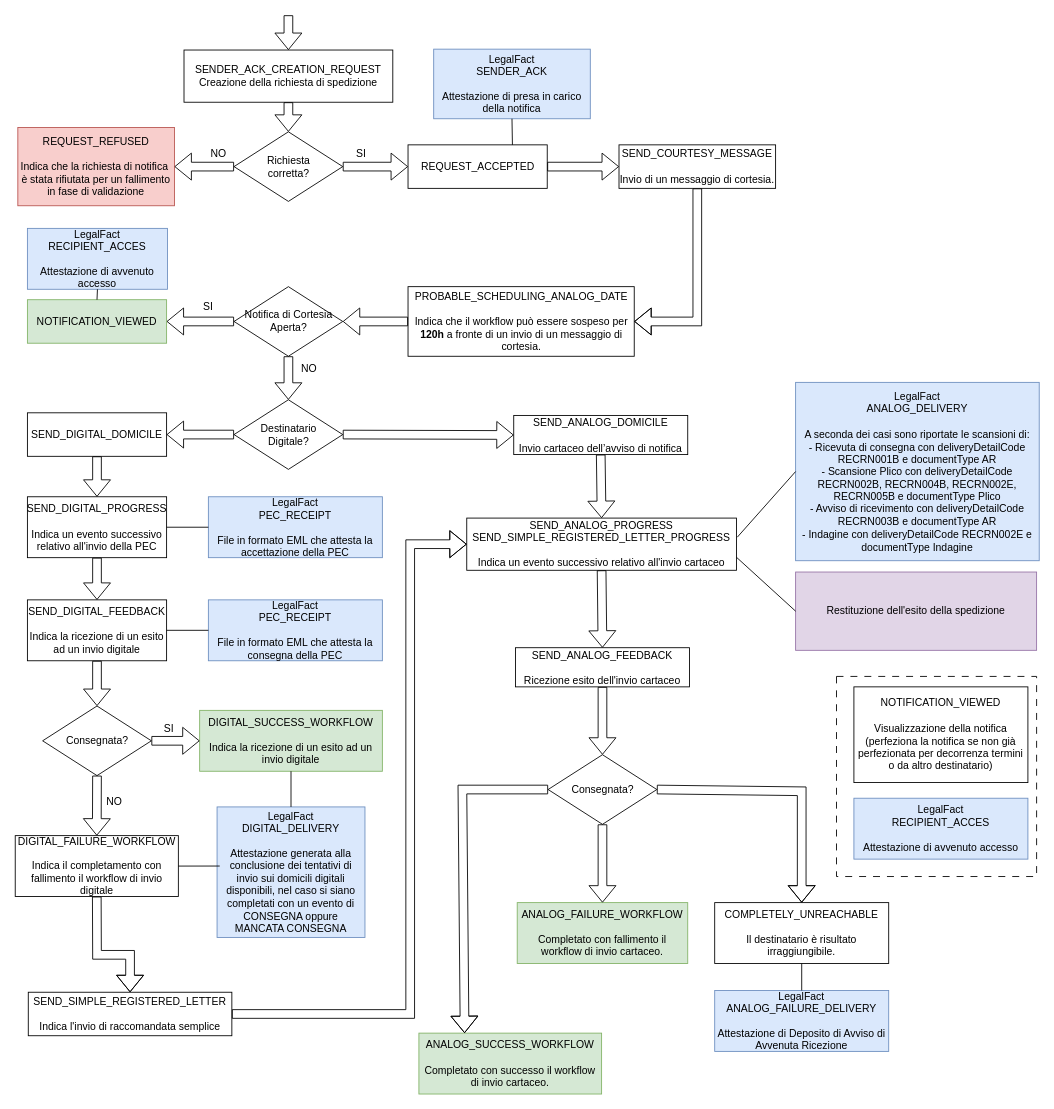
Above: page "Spedizione" (5 of 5) of Easy Notification.drawio in marcogarbujoabaco/drawio (draw.io), before the change. Source tidied: cells renumbered, new cells numbered last; positions are measured from the earlier drawing's top-left corner, leaving out a move shared by most shapes. Both pictures are drawn from the tidied source at 87%, with x=0, y=0 at pixel (15, 15).
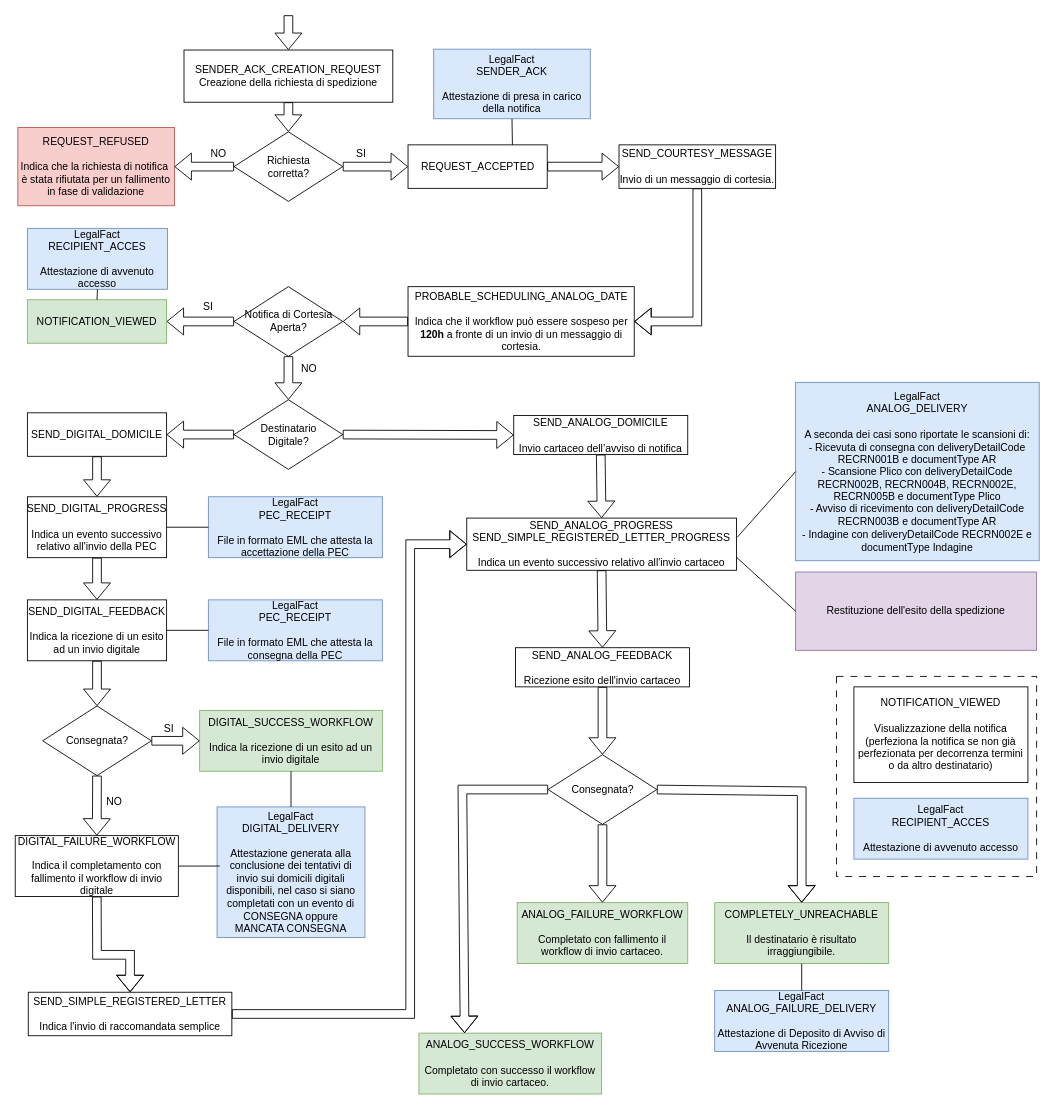
The same diagram, later.

The edit, as a diff of the source:
```diff
@@
-    <mxCell id="19" value="COMPLETELY_UNREACHABLE&lt;div&gt;&lt;br&gt;&lt;/div&gt;&lt;div&gt;Il destinatario è risultato irraggiungibile.&lt;/div&gt;" style="rounded=0;whiteSpace=wrap;html=1;" parent="1" vertex="1">
+    <mxCell id="19" value="COMPLETELY_UNREACHABLE&lt;div&gt;&lt;br&gt;&lt;/div&gt;&lt;div&gt;Il destinatario è risultato irraggiungibile.&lt;/div&gt;" style="rounded=0;whiteSpace=wrap;html=1;fillColor=#d5e8d4;strokeColor=#82b366;" parent="1" vertex="1">
       <mxGeometry x="804" y="1020" width="200" height="70" as="geometry" />
     </mxCell>
```
